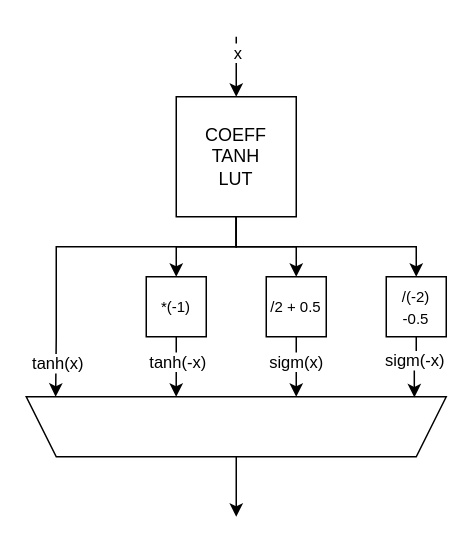
Earlier version of the draw.io diagram slides/images/ACTU_alpha.drawio (AlessandroVaraldi/LSTM_ACCELERATOR). Source tidied: cells renumbered, new cells numbered last; positions are measured from the earlier drawing's top-left corner, leaving out a move shared by most shapes. Both pictures are drawn from the tidied source at 150%, with x=0, y=0 at pixel (26, 36).
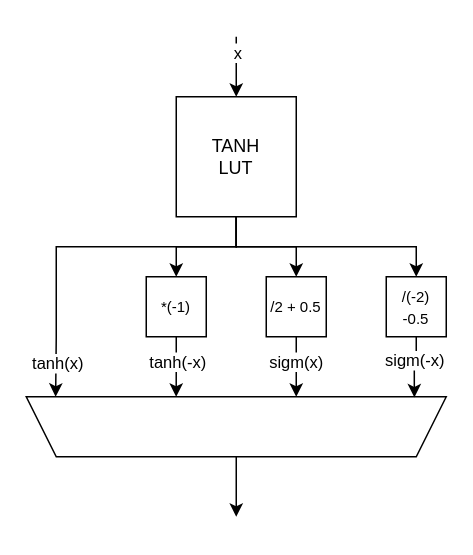
After the change.

The edit, as a diff of the source:
```diff
@@
-    <mxCell id="7" value="&lt;div&gt;COEFF&lt;/div&gt;&lt;div&gt;TANH&lt;/div&gt;&lt;div&gt;LUT&lt;/div&gt;" style="whiteSpace=wrap;html=1;" parent="1" vertex="1">
+    <mxCell id="7" value="&lt;div&gt;TANH&lt;/div&gt;&lt;div&gt;LUT&lt;/div&gt;" style="whiteSpace=wrap;html=1;" parent="1" vertex="1">
       <mxGeometry x="100" y="40" width="80" height="80" as="geometry" />
     </mxCell>
```
